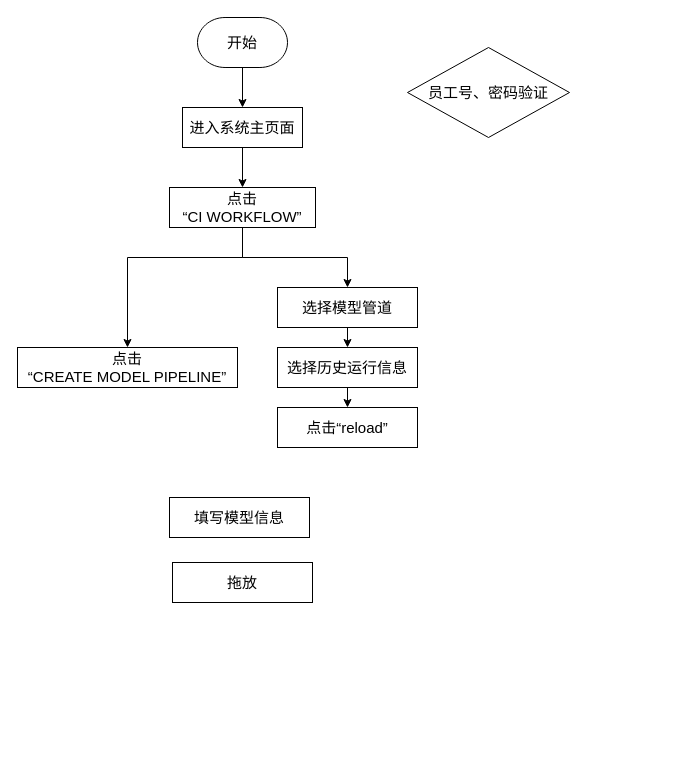
The draw.io diagram 管道集成任务构建流程图.drawio in Sequin-hdd/COINFO, before the edit. Source tidied: cells renumbered, new cells numbered last; positions are measured from the earlier drawing's top-left corner, leaving out a move shared by most shapes. Both pictures are drawn from the tidied source at 100%, with x=0, y=0 at pixel (17, 17).
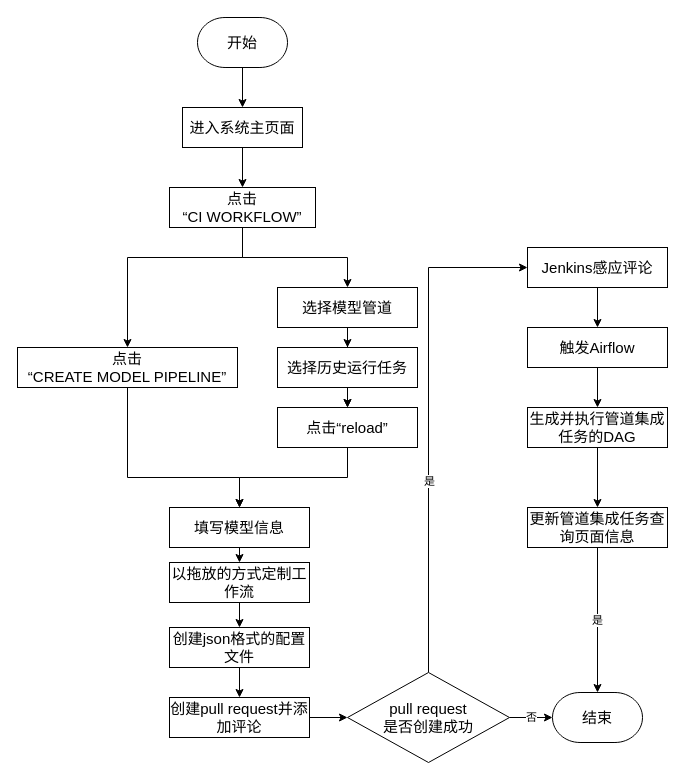
Above is the later version.

Commit message:
更新管道集成任务构建流程图.drawio

Unchanged cells that the change refers to:
```xml
<mxCell id="10" value="&lt;span style=&quot;font-size: 15px&quot;&gt;点击&lt;br&gt;“CREATE MODEL PIPELINE”&lt;/span&gt;" style="rounded=0;whiteSpace=wrap;html=1;" parent="1" vertex="1">
  <mxGeometry y="330" width="220" height="40" as="geometry" />
</mxCell>
<mxCell id="12" value="&lt;span style=&quot;font-size: 15px&quot;&gt;选择模型管道&lt;br&gt;&lt;/span&gt;" style="rounded=0;whiteSpace=wrap;html=1;" parent="1" vertex="1">
  <mxGeometry x="260" y="270" width="140" height="40" as="geometry" />
</mxCell>
<mxCell id="15" value="&lt;span style=&quot;font-size: 15px&quot;&gt;点击“reload”&lt;br&gt;&lt;/span&gt;" style="rounded=0;whiteSpace=wrap;html=1;" parent="1" vertex="1">
  <mxGeometry x="260" y="390" width="140" height="40" as="geometry" />
</mxCell>
```

What changed in the source:
```diff
@@
-    <mxCell id="6" value="&lt;font style=&quot;font-size: 15px&quot;&gt;员工号、密码验证&lt;/font&gt;" style="rhombus;whiteSpace=wrap;html=1;" parent="1" vertex="1">
-      <mxGeometry x="390" y="30" width="162" height="90" as="geometry" />
-    </mxCell>
@@
+    <mxCell id="18" style="edgeStyle=orthogonalEdgeStyle;rounded=0;jettySize=auto;html=1;exitX=0.5;exitY=1;exitDx=0;exitDy=0;entryX=0.5;entryY=0;entryDx=0;entryDy=0;" parent="1" edge="1" source="10" target="16">
+      <mxGeometry relative="1" as="geometry">
+        <Array as="points">
+          <mxPoint x="110" y="460" />
+          <mxPoint x="222" y="460" />
+        </Array>
+      </mxGeometry>
+    </mxCell>
@@
+    <mxCell id="19" style="edgeStyle=orthogonalEdgeStyle;rounded=0;jettySize=auto;html=1;" parent="1" edge="1" source="12" target="15">
+      <mxGeometry relative="1" as="geometry" />
+    </mxCell>
@@
-    <mxCell id="14" value="&lt;span style=&quot;font-size: 15px&quot;&gt;选择历史运行信息&lt;br&gt;&lt;/span&gt;" style="rounded=0;whiteSpace=wrap;html=1;" parent="1" vertex="1">
+    <mxCell id="14" value="&lt;span style=&quot;font-size: 15px&quot;&gt;选择历史运行任务&lt;br&gt;&lt;/span&gt;" style="rounded=0;whiteSpace=wrap;html=1;" parent="1" vertex="1">
       <mxGeometry x="260" y="330" width="140" height="40" as="geometry" />
     </mxCell>
+    <mxCell id="20" style="edgeStyle=orthogonalEdgeStyle;rounded=0;jettySize=auto;html=1;exitX=0.5;exitY=1;exitDx=0;exitDy=0;entryX=0.5;entryY=0;entryDx=0;entryDy=0;" parent="1" edge="1" source="15" target="16">
+      <mxGeometry relative="1" as="geometry" />
+    </mxCell>
@@
+    <mxCell id="21" style="edgeStyle=orthogonalEdgeStyle;rounded=0;jettySize=auto;html=1;exitX=0.5;exitY=1;exitDx=0;exitDy=0;entryX=0.5;entryY=0;entryDx=0;entryDy=0;" parent="1" edge="1" source="16" target="17">
+      <mxGeometry relative="1" as="geometry" />
+    </mxCell>
     <mxCell id="16" value="&lt;span style=&quot;font-size: 15px&quot;&gt;填写模型信息&lt;br&gt;&lt;/span&gt;" style="rounded=0;whiteSpace=wrap;html=1;" parent="1" vertex="1">
-      <mxGeometry x="152" y="480" width="140" height="40" as="geometry" />
+      <mxGeometry x="152" y="490" width="140" height="40" as="geometry" />
     </mxCell>
+    <mxCell id="22" style="edgeStyle=orthogonalEdgeStyle;rounded=0;jettySize=auto;html=1;exitX=0.5;exitY=1;exitDx=0;exitDy=0;entryX=0.5;entryY=0;entryDx=0;entryDy=0;" parent="1" edge="1" source="17" target="24">
+      <mxGeometry relative="1" as="geometry" />
+    </mxCell>
-    <mxCell id="17" value="&lt;span style=&quot;font-size: 15px&quot;&gt;拖放&lt;br&gt;&lt;/span&gt;" style="rounded=0;whiteSpace=wrap;html=1;" parent="1" vertex="1">
-      <mxGeometry x="155" y="545" width="140" height="40" as="geometry" />
+    <mxCell id="17" value="&lt;span style=&quot;font-size: 15px&quot;&gt;以拖放的方式定制工作流&lt;br&gt;&lt;/span&gt;" style="rounded=0;whiteSpace=wrap;html=1;" parent="1" vertex="1">
+      <mxGeometry x="152" y="545" width="140" height="40" as="geometry" />
     </mxCell>
+    <mxCell id="23" style="edgeStyle=orthogonalEdgeStyle;rounded=0;jettySize=auto;html=1;exitX=0.5;exitY=1;exitDx=0;exitDy=0;entryX=0.5;entryY=0;entryDx=0;entryDy=0;" parent="1" edge="1" source="24" target="26">
+      <mxGeometry relative="1" as="geometry" />
+    </mxCell>
+    <mxCell id="24" value="&lt;span style=&quot;font-size: 15px&quot;&gt;创建json格式的配置文件&lt;br&gt;&lt;/span&gt;" style="rounded=0;whiteSpace=wrap;html=1;" parent="1" vertex="1">
+      <mxGeometry x="152" y="610" width="140" height="40" as="geometry" />
+    </mxCell>
+    <mxCell id="25" style="edgeStyle=orthogonalEdgeStyle;rounded=0;jettySize=auto;html=1;entryX=0;entryY=0.5;entryDx=0;entryDy=0;" parent="1" edge="1" source="26" target="39">
+      <mxGeometry relative="1" as="geometry" />
+    </mxCell>
+    <mxCell id="26" value="&lt;span style=&quot;font-size: 15px&quot;&gt;创建pull request并添加评论&lt;br&gt;&lt;/span&gt;" style="rounded=0;whiteSpace=wrap;html=1;" parent="1" vertex="1">
+      <mxGeometry x="152" y="680" width="140" height="40" as="geometry" />
+    </mxCell>
+    <mxCell id="27" style="edgeStyle=orthogonalEdgeStyle;rounded=0;jettySize=auto;html=1;exitX=0.5;exitY=1;exitDx=0;exitDy=0;" parent="1" edge="1" source="28" target="31">
+      <mxGeometry relative="1" as="geometry" />
+    </mxCell>
+    <mxCell id="28" value="&lt;span style=&quot;font-size: 15px&quot;&gt;Jenkins感应评论&lt;br&gt;&lt;/span&gt;" style="rounded=0;whiteSpace=wrap;html=1;" parent="1" vertex="1">
+      <mxGeometry x="510" y="230" width="140" height="40" as="geometry" />
+    </mxCell>
+    <mxCell id="29" value="结束" style="strokeWidth=1;html=1;shape=mxgraph.flowchart.terminator;whiteSpace=wrap;rounded=1;glass=0;fontSize=15;" parent="1" vertex="1">
+      <mxGeometry x="535" y="675" width="90" height="50" as="geometry" />
+    </mxCell>
+    <mxCell id="30" style="edgeStyle=orthogonalEdgeStyle;rounded=0;jettySize=auto;html=1;exitX=0.5;exitY=1;exitDx=0;exitDy=0;" parent="1" edge="1" source="31" target="32">
+      <mxGeometry relative="1" as="geometry" />
+    </mxCell>
+    <mxCell id="31" value="&lt;span style=&quot;font-size: 15px&quot;&gt;触发Airflow&lt;br&gt;&lt;/span&gt;" style="rounded=0;whiteSpace=wrap;html=1;" parent="1" vertex="1">
+      <mxGeometry x="510" y="310" width="140" height="40" as="geometry" />
+    </mxCell>
+    <mxCell id="32" value="&lt;span style=&quot;font-size: 15px&quot;&gt;生成并执行管道集成任务的DAG&lt;br&gt;&lt;/span&gt;" style="rounded=0;whiteSpace=wrap;html=1;" parent="1" vertex="1">
+      <mxGeometry x="510" y="390" width="140" height="40" as="geometry" />
+    </mxCell>
+    <mxCell id="33" style="edgeStyle=orthogonalEdgeStyle;rounded=0;jettySize=auto;html=1;exitX=0.5;exitY=1;exitDx=0;exitDy=0;" parent="1" edge="1" source="32" target="35">
+      <mxGeometry relative="1" as="geometry" />
+    </mxCell>
+    <mxCell id="34" value="是" style="edgeStyle=orthogonalEdgeStyle;rounded=0;jettySize=auto;html=1;exitX=0.5;exitY=1;exitDx=0;exitDy=0;" parent="1" edge="1" source="35" target="29">
+      <mxGeometry relative="1" as="geometry" />
+    </mxCell>
+    <mxCell id="35" value="&lt;span style=&quot;font-size: 15px&quot;&gt;更新管道集成任务查询页面信息&lt;br&gt;&lt;/span&gt;" style="rounded=0;whiteSpace=wrap;html=1;" parent="1" vertex="1">
+      <mxGeometry x="510" y="490" width="140" height="40" as="geometry" />
+    </mxCell>
+    <mxCell id="36" style="edgeStyle=orthogonalEdgeStyle;rounded=0;jettySize=auto;html=1;exitX=0.5;exitY=0;exitDx=0;exitDy=0;entryX=0;entryY=0.5;entryDx=0;entryDy=0;" parent="1" edge="1" source="39" target="28">
+      <mxGeometry relative="1" as="geometry" />
+    </mxCell>
+    <mxCell id="37" value="是" style="edgeLabel;html=1;align=center;verticalAlign=middle;" parent="36" vertex="1">
+      <mxGeometry x="-0.24" relative="1" as="geometry" />
+    </mxCell>
+    <mxCell id="38" value="否" style="edgeStyle=orthogonalEdgeStyle;rounded=0;jettySize=auto;html=1;exitX=1;exitY=0.5;exitDx=0;exitDy=0;entryX=0;entryY=0.5;entryDx=0;entryDy=0;entryPerimeter=0;" parent="1" edge="1" source="39" target="29">
+      <mxGeometry relative="1" as="geometry" />
+    </mxCell>
+    <mxCell id="39" value="&lt;span style=&quot;font-size: 15px&quot;&gt;pull request&lt;br&gt;是否创建成功&lt;/span&gt;" style="rhombus;whiteSpace=wrap;html=1;" parent="1" vertex="1">
+      <mxGeometry x="330" y="655" width="162" height="90" as="geometry" />
+    </mxCell>
```
